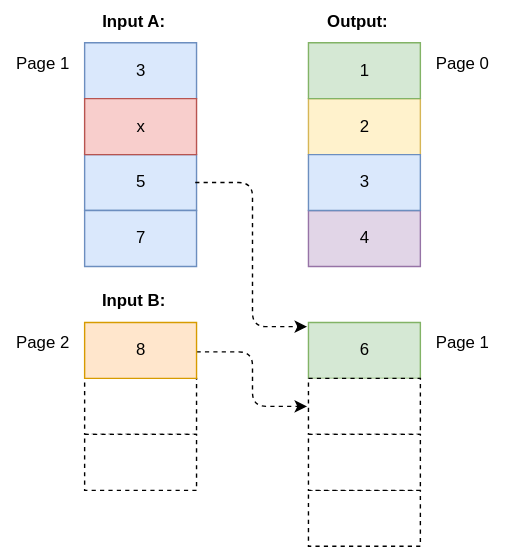
This is images/MergeResponsesKomplexSolution5.svg from cwahlmann/searchadapter, a draw.io export, as it was before one commit. Source tidied: cells renumbered, new cells last; positions are measured from the earlier drawing's top-left corner, leaving out a move shared by most shapes.
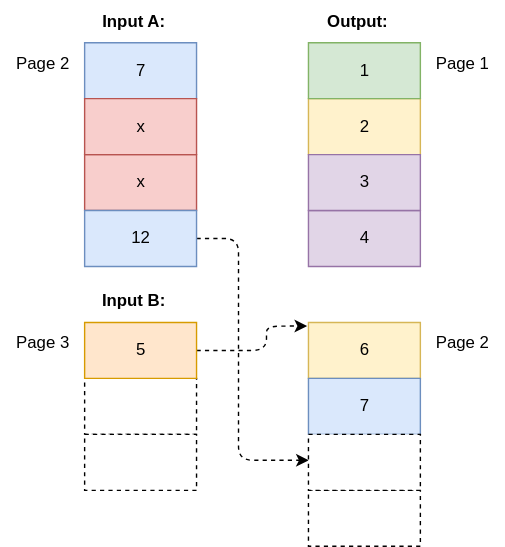
Later version of the same file.

Diff of the diagram source:
```diff
@@ -2,7 +2,7 @@
   <root>
     <mxCell id="0" />
     <mxCell id="1" parent="0" />
-    <mxCell id="2" value="Page 0" style="text;html=1;align=center;verticalAlign=middle;strokeColor=none;fillColor=none;" parent="1" vertex="1">
+    <mxCell id="2" value="Page 1" style="text;html=1;align=center;verticalAlign=middle;strokeColor=none;fillColor=none;" parent="1" vertex="1">
       <mxGeometry x="300" y="30" width="60" height="30" as="geometry" />
     </mxCell>
     <mxCell id="3" value="&lt;b&gt;Output:&lt;/b&gt;" style="text;html=1;align=center;verticalAlign=middle;strokeColor=none;fillColor=none;" parent="1" vertex="1">
@@ -17,22 +17,27 @@
     <mxCell id="6" value="1" style="verticalLabelPosition=middle;verticalAlign=middle;html=1;shape=mxgraph.basic.rect;fillColor2=none;strokeWidth=1;size=20;indent=5;labelPosition=center;align=center;fillColor=#d5e8d4;strokeColor=#82b366;" parent="1" vertex="1">
       <mxGeometry x="220" y="30" width="80" height="40" as="geometry" />
     </mxCell>
-    <mxCell id="7" value="3" style="verticalLabelPosition=middle;verticalAlign=middle;html=1;shape=mxgraph.basic.rect;fillColor2=none;strokeWidth=1;size=20;indent=5;labelPosition=center;align=center;fillColor=#dae8fc;strokeColor=#6c8ebf;" parent="1" vertex="1">
+    <mxCell id="7" value="3" style="verticalLabelPosition=middle;verticalAlign=middle;html=1;shape=mxgraph.basic.rect;fillColor2=none;strokeWidth=1;size=20;indent=5;labelPosition=center;align=center;fillColor=#e1d5e7;strokeColor=#9673a6;" parent="1" vertex="1">
       <mxGeometry x="220" y="110" width="80" height="40" as="geometry" />
     </mxCell>
-    <mxCell id="8" value="3" style="verticalLabelPosition=middle;verticalAlign=middle;html=1;shape=mxgraph.basic.rect;fillColor2=none;strokeWidth=1;size=20;indent=5;labelPosition=center;align=center;fillColor=#dae8fc;strokeColor=#6c8ebf;" parent="1" vertex="1">
+    <mxCell id="8" value="7" style="verticalLabelPosition=middle;verticalAlign=middle;html=1;shape=mxgraph.basic.rect;fillColor2=none;strokeWidth=1;size=20;indent=5;labelPosition=center;align=center;fillColor=#dae8fc;strokeColor=#6c8ebf;" parent="1" vertex="1">
       <mxGeometry x="60" y="30" width="80" height="40" as="geometry" />
     </mxCell>
-    <mxCell id="9" value="5" style="verticalLabelPosition=middle;verticalAlign=middle;html=1;shape=mxgraph.basic.rect;fillColor2=none;strokeWidth=1;size=20;indent=5;labelPosition=center;align=center;fillColor=#dae8fc;strokeColor=#6c8ebf;" parent="1" vertex="1">
+    <mxCell id="9" value="x" style="verticalLabelPosition=middle;verticalAlign=middle;html=1;shape=mxgraph.basic.rect;fillColor2=none;strokeWidth=1;size=20;indent=5;labelPosition=center;align=center;fillColor=#f8cecc;strokeColor=#b85450;" parent="1" vertex="1">
       <mxGeometry x="60" y="110" width="80" height="40" as="geometry" />
     </mxCell>
-    <mxCell id="10" style="edgeStyle=orthogonalEdgeStyle;rounded=1;jettySize=auto;html=1;entryX=-0.012;entryY=0.075;entryDx=0;entryDy=0;entryPerimeter=0;dashed=1;exitX=0.988;exitY=0.5;exitDx=0;exitDy=0;exitPerimeter=0;" parent="1" edge="1" source="9" target="21">
-      <mxGeometry relative="1" as="geometry" />
-    </mxCell>
+    <mxCell id="26" style="edgeStyle=orthogonalEdgeStyle;rounded=1;jettySize=auto;html=1;entryX=0.002;entryY=0.463;entryDx=0;entryDy=0;entryPerimeter=0;dashed=1;" parent="1" edge="1" source="11" target="25">
+      <mxGeometry relative="1" as="geometry">
+        <Array as="points">
+          <mxPoint x="170" y="170" />
+          <mxPoint x="170" y="329" />
+        </Array>
+      </mxGeometry>
+    </mxCell>
-    <mxCell id="11" value="7" style="verticalLabelPosition=middle;verticalAlign=middle;html=1;shape=mxgraph.basic.rect;fillColor2=none;strokeWidth=1;size=20;indent=5;labelPosition=center;align=center;fillColor=#dae8fc;strokeColor=#6c8ebf;" parent="1" vertex="1">
+    <mxCell id="11" value="12" style="verticalLabelPosition=middle;verticalAlign=middle;html=1;shape=mxgraph.basic.rect;fillColor2=none;strokeWidth=1;size=20;indent=5;labelPosition=center;align=center;fillColor=#dae8fc;strokeColor=#6c8ebf;" parent="1" vertex="1">
       <mxGeometry x="60" y="150" width="80" height="40" as="geometry" />
     </mxCell>
-    <mxCell id="12" value="Page 1" style="text;html=1;align=center;verticalAlign=middle;strokeColor=none;fillColor=none;" parent="1" vertex="1">
+    <mxCell id="12" value="Page 2" style="text;html=1;align=center;verticalAlign=middle;strokeColor=none;fillColor=none;" parent="1" vertex="1">
       <mxGeometry y="30" width="60" height="30" as="geometry" />
     </mxCell>
     <mxCell id="13" value="&lt;b&gt;Input A:&lt;/b&gt;" style="text;html=1;align=center;verticalAlign=middle;strokeColor=none;fillColor=none;" parent="1" vertex="1">
@@ -41,31 +46,36 @@
     <mxCell id="14" value="x" style="verticalLabelPosition=middle;verticalAlign=middle;html=1;shape=mxgraph.basic.rect;fillColor2=none;strokeWidth=1;size=20;indent=5;labelPosition=center;align=center;fillColor=#f8cecc;strokeColor=#b85450;" parent="1" vertex="1">
       <mxGeometry x="60" y="70" width="80" height="40" as="geometry" />
     </mxCell>
-    <mxCell id="15" style="edgeStyle=orthogonalEdgeStyle;rounded=1;jettySize=auto;html=1;entryX=-0.012;entryY=0.5;entryDx=0;entryDy=0;entryPerimeter=0;dashed=1;exitX=1;exitY=0.525;exitDx=0;exitDy=0;exitPerimeter=0;" parent="1" edge="1" source="18" target="23">
-      <mxGeometry relative="1" as="geometry" />
-    </mxCell>
     <mxCell id="16" style="verticalLabelPosition=middle;verticalAlign=middle;html=1;shape=mxgraph.basic.rect;fillColor2=none;strokeWidth=1;size=20;indent=5;labelPosition=center;align=center;dashed=1;" parent="1" vertex="1">
       <mxGeometry x="60" y="270" width="80" height="40" as="geometry" />
     </mxCell>
     <mxCell id="17" value="&lt;b&gt;Input B:&lt;/b&gt;" style="text;html=1;align=center;verticalAlign=middle;strokeColor=none;fillColor=none;" parent="1" vertex="1">
       <mxGeometry x="60" y="200" width="70" height="30" as="geometry" />
     </mxCell>
+    <mxCell id="27" style="edgeStyle=orthogonalEdgeStyle;rounded=1;jettySize=auto;html=1;entryX=-0.012;entryY=0.064;entryDx=0;entryDy=0;entryPerimeter=0;dashed=1;" parent="1" edge="1" source="18" target="21">
+      <mxGeometry relative="1" as="geometry">
+        <Array as="points">
+          <mxPoint x="190" y="250" />
+          <mxPoint x="190" y="233" />
+        </Array>
+      </mxGeometry>
+    </mxCell>
-    <mxCell id="18" value="8" style="verticalLabelPosition=middle;verticalAlign=middle;html=1;shape=mxgraph.basic.rect;fillColor2=none;strokeWidth=1;size=20;indent=5;labelPosition=center;align=center;fillColor=#ffe6cc;strokeColor=#d79b00;" parent="1" vertex="1">
+    <mxCell id="18" value="5" style="verticalLabelPosition=middle;verticalAlign=middle;html=1;shape=mxgraph.basic.rect;fillColor2=none;strokeWidth=1;size=20;indent=5;labelPosition=center;align=center;fillColor=#ffe6cc;strokeColor=#d79b00;" parent="1" vertex="1">
       <mxGeometry x="60" y="230" width="80" height="40" as="geometry" />
     </mxCell>
     <mxCell id="19" style="verticalLabelPosition=middle;verticalAlign=middle;html=1;shape=mxgraph.basic.rect;fillColor2=none;strokeWidth=1;size=20;indent=5;labelPosition=center;align=center;dashed=1;" parent="1" vertex="1">
       <mxGeometry x="60" y="310" width="80" height="40" as="geometry" />
     </mxCell>
-    <mxCell id="20" value="Page 2" style="text;html=1;align=center;verticalAlign=middle;strokeColor=none;fillColor=none;" parent="1" vertex="1">
+    <mxCell id="20" value="Page 3" style="text;html=1;align=center;verticalAlign=middle;strokeColor=none;fillColor=none;" parent="1" vertex="1">
       <mxGeometry y="230" width="60" height="30" as="geometry" />
     </mxCell>
-    <mxCell id="21" value="6" style="verticalLabelPosition=middle;verticalAlign=middle;html=1;shape=mxgraph.basic.rect;fillColor2=none;strokeWidth=1;size=20;indent=5;labelPosition=center;align=center;fillColor=#d5e8d4;strokeColor=#82b366;" parent="1" vertex="1">
+    <mxCell id="21" value="6" style="verticalLabelPosition=middle;verticalAlign=middle;html=1;shape=mxgraph.basic.rect;fillColor2=none;strokeWidth=1;size=20;indent=5;labelPosition=center;align=center;fillColor=#fff2cc;strokeColor=#d6b656;" parent="1" vertex="1">
       <mxGeometry x="220" y="230" width="80" height="40" as="geometry" />
     </mxCell>
-    <mxCell id="22" value="Page 1" style="text;html=1;align=center;verticalAlign=middle;strokeColor=none;fillColor=none;" parent="1" vertex="1">
+    <mxCell id="22" value="Page 2" style="text;html=1;align=center;verticalAlign=middle;strokeColor=none;fillColor=none;" parent="1" vertex="1">
       <mxGeometry x="300" y="230" width="60" height="30" as="geometry" />
     </mxCell>
-    <mxCell id="23" style="verticalLabelPosition=middle;verticalAlign=middle;html=1;shape=mxgraph.basic.rect;fillColor2=none;strokeWidth=1;size=20;indent=5;labelPosition=center;align=center;dashed=1;" parent="1" vertex="1">
+    <mxCell id="23" value="7" style="verticalLabelPosition=middle;verticalAlign=middle;html=1;shape=mxgraph.basic.rect;fillColor2=none;strokeWidth=1;size=20;indent=5;labelPosition=center;align=center;fillColor=#dae8fc;strokeColor=#6c8ebf;" parent="1" vertex="1">
       <mxGeometry x="220" y="270" width="80" height="40" as="geometry" />
     </mxCell>
     <mxCell id="24" style="verticalLabelPosition=middle;verticalAlign=middle;html=1;shape=mxgraph.basic.rect;fillColor2=none;strokeWidth=1;size=20;indent=5;labelPosition=center;align=center;dashed=1;" parent="1" vertex="1">
```
